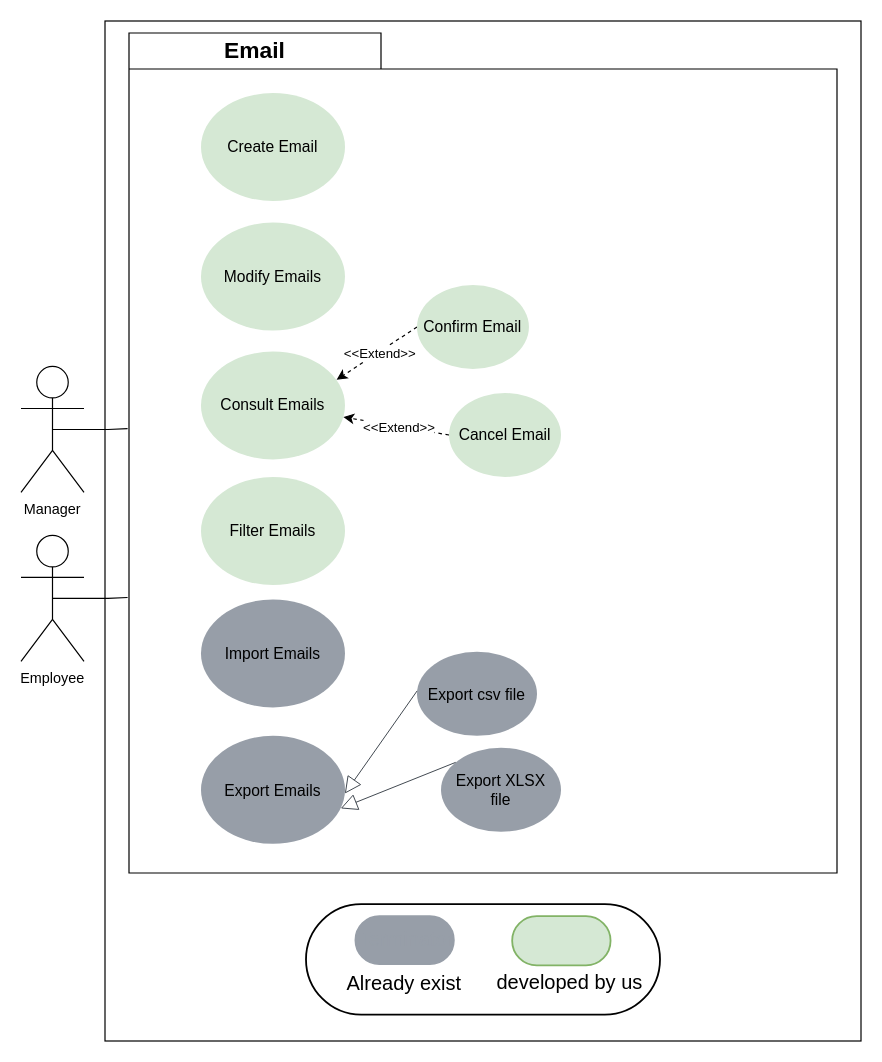
The draw.io diagram Socialmedia.drawio in oarouay/CV, before the edit. Source tidied: cells renumbered, new cells numbered last; positions are measured from the earlier drawing's top-left corner, leaving out a move shared by most shapes. Both pictures are drawn from the tidied source at 120%, with x=0, y=0 at pixel (20, 20).
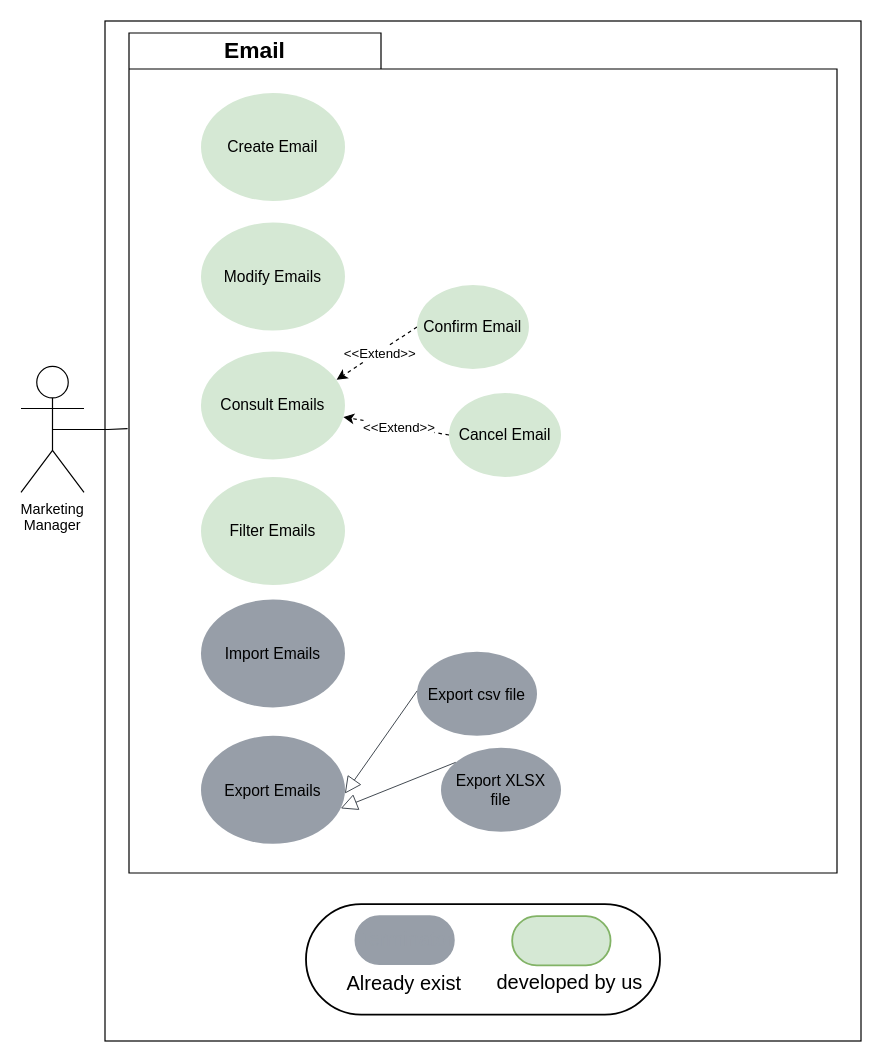
The same page after the edit.

The change refers to these unchanged cells:
```xml
<mxCell id="3" value="Email" style="shape=folder;fontStyle=1;tabWidth=210;tabHeight=30;tabPosition=left;html=1;boundedLbl=1;labelInHeader=1;whiteSpace=wrap;fontSize=19;" parent="1" vertex="1">
  <mxGeometry x="90" y="10" width="590" height="700" as="geometry" />
</mxCell>
```

What changed in the source:
```diff
@@
-    <mxCell id="4" value="Manager" style="shape=umlActor;verticalLabelPosition=bottom;verticalAlign=top;html=1;outlineConnect=0;" parent="1" vertex="1">
+    <mxCell id="4" value="Marketing&lt;br&gt;Manager" style="shape=umlActor;verticalLabelPosition=bottom;verticalAlign=top;html=1;outlineConnect=0;" parent="1" vertex="1">
       <mxGeometry y="287.9" width="52.5" height="105" as="geometry" />
     </mxCell>
@@
-    <mxCell id="15" value="Employee" style="shape=umlActor;verticalLabelPosition=bottom;verticalAlign=top;html=1;outlineConnect=0;" parent="1" vertex="1">
-      <mxGeometry y="428.7" width="52.5" height="105" as="geometry" />
-    </mxCell>
-    <mxCell id="16" style="edgeStyle=orthogonalEdgeStyle;rounded=0;jettySize=auto;html=1;exitX=0.5;exitY=0.5;exitDx=0;exitDy=0;exitPerimeter=0;entryX=-0.002;entryY=0.672;entryDx=0;entryDy=0;entryPerimeter=0;endArrow=none;startFill=0;" parent="1" edge="1" source="15" target="3">
-      <mxGeometry relative="1" as="geometry" />
-    </mxCell>
```
